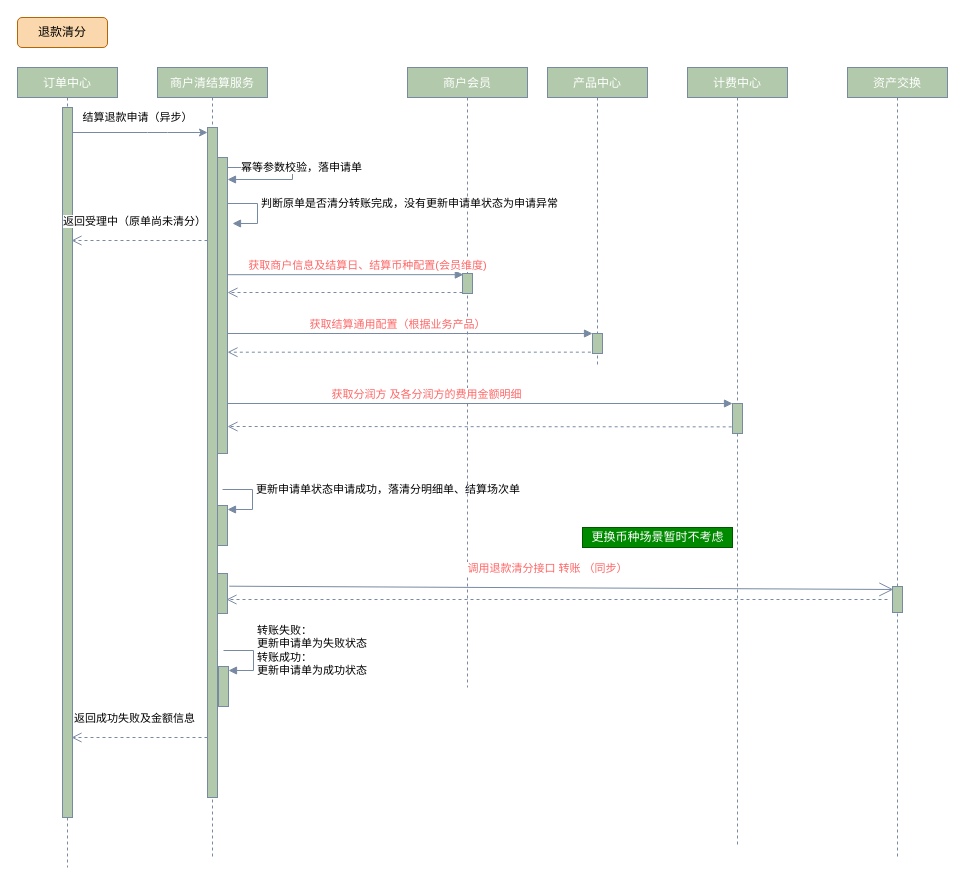
DominicElvira/Diagrams keeps this draw.io diagram as merchant-settle/退款.drawio. Above is the earlier version. Source tidied: cells renumbered, new cells numbered last; positions are measured from the earlier drawing's top-left corner, leaving out a move shared by most shapes. Both pictures are drawn from the tidied source at 100%, with x=0, y=0 at pixel (17, 17).
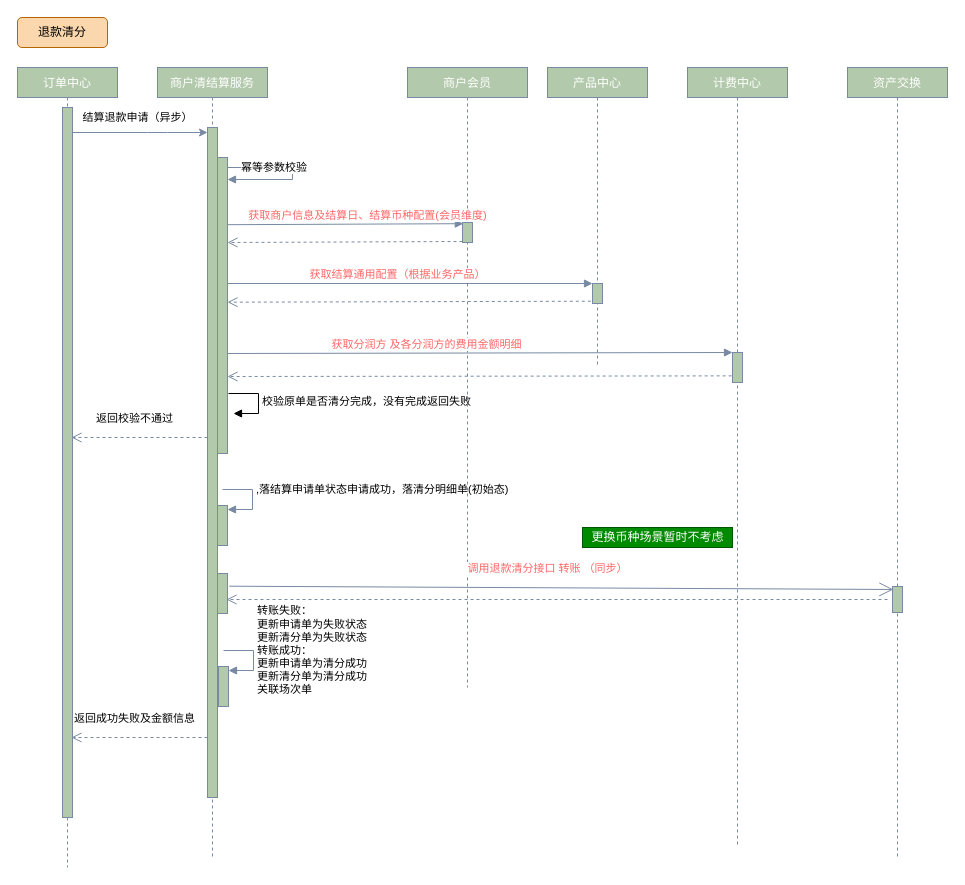
Above is the later version.

The change refers to these unchanged cells:
```xml
<mxCell id="4" value="商户清结算服务" style="shape=umlLifeline;perimeter=lifelinePerimeter;shadow=0;strokeWidth=1;fillColor=#B2C9AB;strokeColor=#788AA3;fontColor=#FFFFFF;rounded=0;size=30;" parent="1" vertex="1">
  <mxGeometry x="140" y="50" width="110" height="790" as="geometry" />
</mxCell>
<mxCell id="11" value="计费中心" style="shape=umlLifeline;perimeter=lifelinePerimeter;shadow=0;strokeWidth=1;fillColor=#B2C9AB;strokeColor=#788AA3;fontColor=#FFFFFF;rounded=0;size=30;" parent="1" vertex="1">
  <mxGeometry x="670" y="50" width="100" height="780" as="geometry" />
</mxCell>
<mxCell id="15" value="商户会员" style="shape=umlLifeline;perimeter=lifelinePerimeter;shadow=0;strokeWidth=1;fillColor=#B2C9AB;strokeColor=#788AA3;fontColor=#FFFFFF;rounded=0;size=30;" parent="1" vertex="1">
  <mxGeometry x="390" y="50" width="120" height="620" as="geometry" />
</mxCell>
<mxCell id="21" value="产品中心" style="shape=umlLifeline;perimeter=lifelinePerimeter;shadow=0;strokeWidth=1;fillColor=#B2C9AB;strokeColor=#788AA3;fontColor=#FFFFFF;rounded=0;size=30;" parent="1" vertex="1">
  <mxGeometry x="530" y="50" width="100" height="300" as="geometry" />
</mxCell>
```

Change to the diagram source:
```diff
@@
-    <mxCell id="7" value="幂等参数校验，落申请单" style="edgeStyle=orthogonalEdgeStyle;html=1;align=left;spacingLeft=2;endArrow=block;rounded=0;fontSize=11;fontColor=#000000;strokeColor=#788AA3;fillColor=#B2C9AB;curved=0;exitX=1.003;exitY=0.207;exitDx=0;exitDy=0;exitPerimeter=0;" parent="4" edge="1">
+    <mxCell id="7" value="幂等参数校验" style="edgeStyle=orthogonalEdgeStyle;html=1;align=left;spacingLeft=2;endArrow=block;rounded=0;fontSize=11;fontColor=#000000;strokeColor=#788AA3;fillColor=#B2C9AB;curved=0;exitX=1.003;exitY=0.207;exitDx=0;exitDy=0;exitPerimeter=0;" parent="4" edge="1">
       <mxGeometry x="-0.82" relative="1" as="geometry">
         <mxPoint x="70" y="97.3" as="sourcePoint" />
         <mxPoint x="70" y="112" as="targetPoint" />
         <Array as="points">
           <mxPoint x="135" y="100" />
           <mxPoint x="135" y="112" />
         </Array>
       </mxGeometry>
     </mxCell>
@@
-    <mxCell id="9" value="更新申请单状态申请成功，落清分明细单、结算场次单" style="edgeStyle=orthogonalEdgeStyle;html=1;align=left;spacingLeft=2;endArrow=block;rounded=0;entryX=1;entryY=0;fontSize=11;fontColor=#000000;strokeColor=#788AA3;strokeWidth=1;fillColor=#B2C9AB;curved=0;jumpStyle=none;" parent="4" edge="1">
+    <mxCell id="9" value=",落结算申请单状态申请成功，落清分明细单(初始态)" style="edgeStyle=orthogonalEdgeStyle;html=1;align=left;spacingLeft=2;endArrow=block;rounded=0;entryX=1;entryY=0;fontSize=11;fontColor=#000000;strokeColor=#788AA3;strokeWidth=1;fillColor=#B2C9AB;curved=0;jumpStyle=none;" parent="4" edge="1">
       <mxGeometry x="-0.2" relative="1" as="geometry">
         <mxPoint x="65" y="422" as="sourcePoint" />
         <mxPoint x="70" y="442" as="targetPoint" />
         <Array as="points">
           <mxPoint x="95" y="422" />
         </Array>
       </mxGeometry>
     </mxCell>
@@
+    <mxCell id="36" value="校验原单是否清分完成，没有完成返回失败" style="edgeStyle=orthogonalEdgeStyle;html=1;align=left;spacingLeft=2;endArrow=block;rounded=0;entryX=1;entryY=0;" parent="4" edge="1">
+      <mxGeometry relative="1" as="geometry">
+        <mxPoint x="71" y="326" as="sourcePoint" />
+        <mxPoint x="76" y="346" as="targetPoint" />
+        <Array as="points">
+          <mxPoint x="101" y="326" />
+        </Array>
+      </mxGeometry>
+    </mxCell>
+    <mxCell id="37" value="返回校验不通过" style="html=1;verticalAlign=bottom;endArrow=open;dashed=1;endSize=8;fontSize=11;fontColor=#000000;strokeColor=#788AA3;strokeWidth=1;fillColor=#B2C9AB;curved=0;jumpStyle=none;" parent="4" edge="1">
+      <mxGeometry x="0.08" y="-10" relative="1" as="geometry">
+        <mxPoint x="50" y="370" as="sourcePoint" />
+        <mxPoint x="-86" y="370" as="targetPoint" />
+      </mxGeometry>
+    </mxCell>
@@
     <mxCell id="12" style="html=1;points=[];perimeter=orthogonalPerimeter;fontSize=11;fontColor=#000000;strokeColor=#788AA3;fillColor=#B2C9AB;" parent="11" vertex="1">
-      <mxGeometry x="45" y="336" width="10" height="30" as="geometry" />
+      <mxGeometry x="45" y="285" width="10" height="30" as="geometry" />
     </mxCell>
@@
     <mxCell id="16" style="html=1;points=[];perimeter=orthogonalPerimeter;fontSize=11;fontColor=#000000;strokeColor=#788AA3;fillColor=#B2C9AB;" parent="15" vertex="1">
-      <mxGeometry x="55" y="206" width="10" height="20" as="geometry" />
+      <mxGeometry x="55" y="155" width="10" height="20" as="geometry" />
     </mxCell>
@@
-    <mxCell id="19" value="&lt;font color=&quot;#ff6666&quot;&gt;获取商户信息及结算日、结算币种配置(会员维度)&lt;/font&gt;" style="html=1;verticalAlign=bottom;endArrow=block;fontSize=11;fontColor=#000000;strokeColor=#788AA3;fillColor=#B2C9AB;curved=0;entryX=0.083;entryY=0.058;entryDx=0;entryDy=0;entryPerimeter=0;strokeWidth=1;jumpStyle=none;" parent="1" edge="1" target="16">
+    <mxCell id="19" value="&lt;font color=&quot;#ff6666&quot;&gt;获取商户信息及结算日、结算币种配置(会员维度)&lt;/font&gt;" style="html=1;verticalAlign=bottom;endArrow=block;fontSize=11;fontColor=#000000;strokeColor=#788AA3;fillColor=#B2C9AB;curved=0;entryX=0.083;entryY=0.058;entryDx=0;entryDy=0;entryPerimeter=0;strokeWidth=1;jumpStyle=none;" parent="1" edge="1">
       <mxGeometry x="0.19" relative="1" as="geometry">
-        <mxPoint x="210" y="257.2" as="sourcePoint" />
+        <mxPoint x="210" y="207.2" as="sourcePoint" />
+        <mxPoint x="445.8" y="206.2" as="targetPoint" />
       </mxGeometry>
     </mxCell>
-    <mxCell id="20" style="html=1;verticalAlign=bottom;endArrow=open;dashed=1;endSize=8;exitX=0;exitY=0.95;fontSize=11;fontColor=#000000;strokeColor=#788AA3;fillColor=#B2C9AB;curved=0;" parent="1" edge="1" source="16">
+    <mxCell id="20" style="html=1;verticalAlign=bottom;endArrow=open;dashed=1;endSize=8;exitX=0;exitY=0.95;fontSize=11;fontColor=#000000;strokeColor=#788AA3;fillColor=#B2C9AB;curved=0;" parent="1" edge="1">
       <mxGeometry x="0.28" y="-1" relative="1" as="geometry">
-        <mxPoint x="210" y="275" as="targetPoint" />
+        <mxPoint x="445" y="224" as="sourcePoint" />
+        <mxPoint x="210" y="225" as="targetPoint" />
       </mxGeometry>
     </mxCell>
@@
     <mxCell id="22" style="html=1;points=[];perimeter=orthogonalPerimeter;fontSize=11;fontColor=#000000;strokeColor=#788AA3;fillColor=#B2C9AB;" parent="21" vertex="1">
-      <mxGeometry x="45" y="266" width="10" height="20" as="geometry" />
+      <mxGeometry x="45" y="216" width="10" height="20" as="geometry" />
     </mxCell>
     <mxCell id="23" value="&lt;font color=&quot;#ff6666&quot;&gt;获取结算通用配置（根据&lt;/font&gt;&lt;span style=&quot;color: rgb(255 , 102 , 102)&quot;&gt;业务产品&lt;/span&gt;&lt;font color=&quot;#ff6666&quot;&gt;）&lt;/font&gt;" style="html=1;verticalAlign=bottom;endArrow=block;entryX=0;entryY=0;fontSize=11;fontColor=#000000;strokeColor=#788AA3;fillColor=#B2C9AB;curved=0;jumpStyle=none;" parent="1" edge="1">
       <mxGeometry x="-0.07" relative="1" as="geometry">
-        <mxPoint x="210" y="316" as="sourcePoint" />
-        <mxPoint x="575" y="316" as="targetPoint" />
+        <mxPoint x="210" y="266" as="sourcePoint" />
+        <mxPoint x="575" y="266" as="targetPoint" />
       </mxGeometry>
     </mxCell>
-    <mxCell id="24" style="html=1;verticalAlign=bottom;endArrow=open;dashed=1;endSize=8;fontSize=11;fontColor=#000000;strokeColor=#788AA3;fillColor=#B2C9AB;curved=0;exitX=-0.167;exitY=0.933;exitDx=0;exitDy=0;exitPerimeter=0;" parent="1" edge="1" source="22">
+    <mxCell id="24" style="html=1;verticalAlign=bottom;endArrow=open;dashed=1;endSize=8;fontSize=11;fontColor=#000000;strokeColor=#788AA3;fillColor=#B2C9AB;curved=0;exitX=-0.167;exitY=0.933;exitDx=0;exitDy=0;exitPerimeter=0;" parent="1" edge="1">
       <mxGeometry x="0.12" y="32" relative="1" as="geometry">
-        <mxPoint x="210" y="334.7" as="targetPoint" />
+        <mxPoint x="573.3" y="283.7" as="sourcePoint" />
+        <mxPoint x="210" y="284.7" as="targetPoint" />
       </mxGeometry>
     </mxCell>
     <mxCell id="25" value="&lt;font color=&quot;#ff6666&quot;&gt;获取分润方 及各分润方的费用金额明细&lt;/font&gt;" style="html=1;verticalAlign=bottom;endArrow=block;entryX=0;entryY=0;fontSize=11;fontColor=#000000;strokeColor=#788AA3;strokeWidth=1;fillColor=#B2C9AB;curved=0;jumpStyle=none;" parent="1" edge="1" target="12">
       <mxGeometry x="-0.21" relative="1" as="geometry">
-        <mxPoint x="210" y="386" as="sourcePoint" />
+        <mxPoint x="210" y="336" as="sourcePoint" />
       </mxGeometry>
     </mxCell>
     <mxCell id="26" style="html=1;verticalAlign=bottom;endArrow=open;dashed=1;endSize=8;fontSize=11;fontColor=#000000;strokeColor=#788AA3;strokeWidth=1;fillColor=#B2C9AB;curved=0;jumpStyle=none;exitX=-0.083;exitY=0.779;exitDx=0;exitDy=0;exitPerimeter=0;" parent="1" edge="1" source="12">
       <mxGeometry relative="1" as="geometry">
-        <mxPoint x="210" y="409" as="targetPoint" />
+        <mxPoint x="210" y="359" as="targetPoint" />
       </mxGeometry>
     </mxCell>
@@
-    <mxCell id="30" value="判断原单是否清分转账完成，没有更新申请单状态为申请异常&amp;nbsp;" style="edgeStyle=orthogonalEdgeStyle;html=1;align=left;spacingLeft=2;endArrow=block;rounded=0;entryX=1;entryY=0;fontSize=11;fontColor=#000000;strokeColor=#788AA3;strokeWidth=1;fillColor=#B2C9AB;curved=0;jumpStyle=none;" parent="1" edge="1">
-      <mxGeometry x="-0.2" relative="1" as="geometry">
-        <mxPoint x="210" y="186" as="sourcePoint" />
-        <mxPoint x="215" y="206" as="targetPoint" />
-        <Array as="points">
-          <mxPoint x="240" y="186" />
-        </Array>
-      </mxGeometry>
-    </mxCell>
-    <mxCell id="31" value="返回受理中（原单尚未清分）" style="html=1;verticalAlign=bottom;endArrow=open;dashed=1;endSize=8;fontSize=11;fontColor=#000000;strokeColor=#788AA3;strokeWidth=1;fillColor=#B2C9AB;curved=0;jumpStyle=none;" parent="1" edge="1">
-      <mxGeometry x="0.08" y="-10" relative="1" as="geometry">
-        <mxPoint x="190" y="223" as="sourcePoint" />
-        <mxPoint x="54" y="223" as="targetPoint" />
-      </mxGeometry>
-    </mxCell>
@@
-    <mxCell id="34" value="转账失败：&lt;br&gt;更新申请单为失败状态&lt;br&gt;转账成功：&lt;br&gt;更新申请单为成功状态" style="edgeStyle=orthogonalEdgeStyle;html=1;align=left;spacingLeft=2;endArrow=block;rounded=0;entryX=1;entryY=0;fontSize=11;fontColor=#000000;strokeColor=#788AA3;strokeWidth=1;fillColor=#B2C9AB;curved=0;jumpStyle=none;" parent="1" edge="1">
+    <mxCell id="34" value="转账失败：&lt;br&gt;更新申请单为失败状态&lt;br&gt;更新清分单为失败状态&lt;br&gt;转账成功：&lt;br&gt;更新申请单为清分成功&lt;br&gt;更新清分单为清分成功&lt;br&gt;关联场次单" style="edgeStyle=orthogonalEdgeStyle;html=1;align=left;spacingLeft=2;endArrow=block;rounded=0;entryX=1;entryY=0;fontSize=11;fontColor=#000000;strokeColor=#788AA3;strokeWidth=1;fillColor=#B2C9AB;curved=0;jumpStyle=none;" parent="1" edge="1">
       <mxGeometry x="-0.2" relative="1" as="geometry">
         <mxPoint x="206" y="633" as="sourcePoint" />
         <mxPoint x="211" y="653" as="targetPoint" />
         <Array as="points">
           <mxPoint x="236" y="633" />
         </Array>
       </mxGeometry>
     </mxCell>
```
